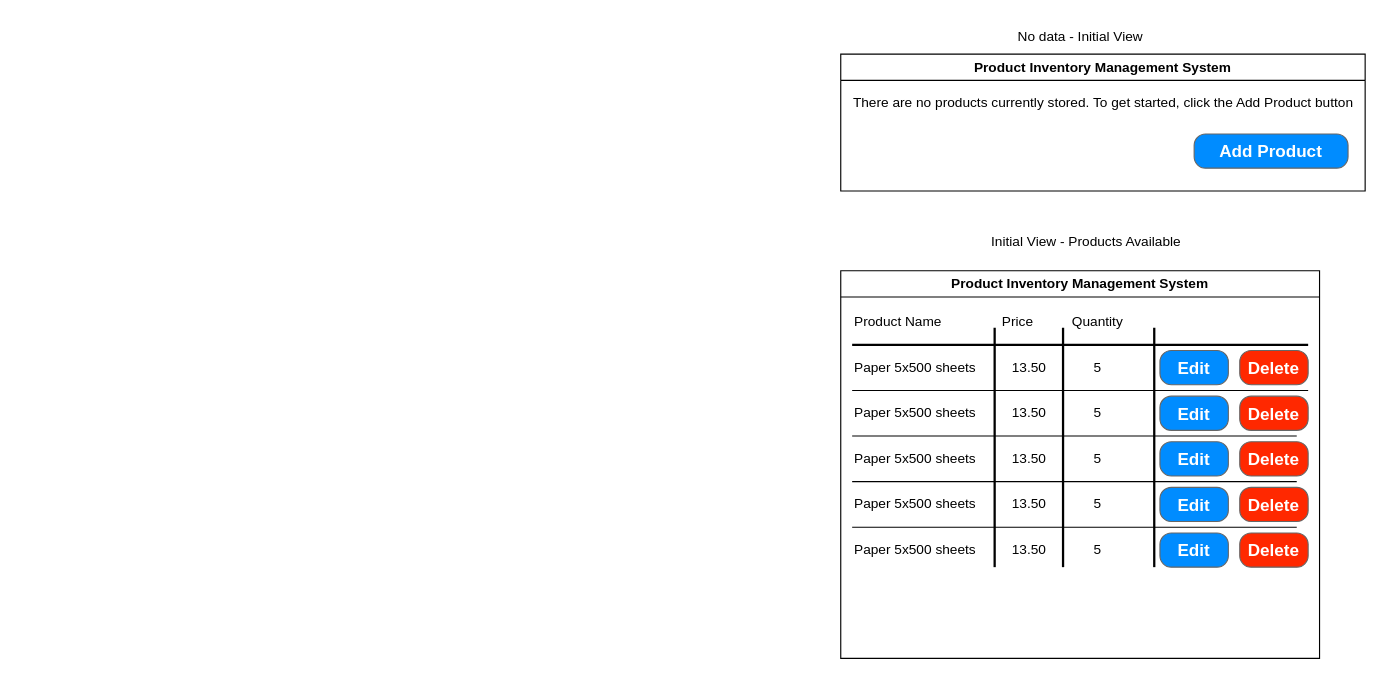
Before: Harris-PIMS.drawio in kevinjporter/Harris, a draw.io diagram. Source tidied: cells renumbered, new cells numbered last; positions are measured from the earlier drawing's top-left corner, leaving out a move shared by most shapes. Both pictures are drawn from the tidied source at 114%, with x=0, y=0 at pixel (840, 19).
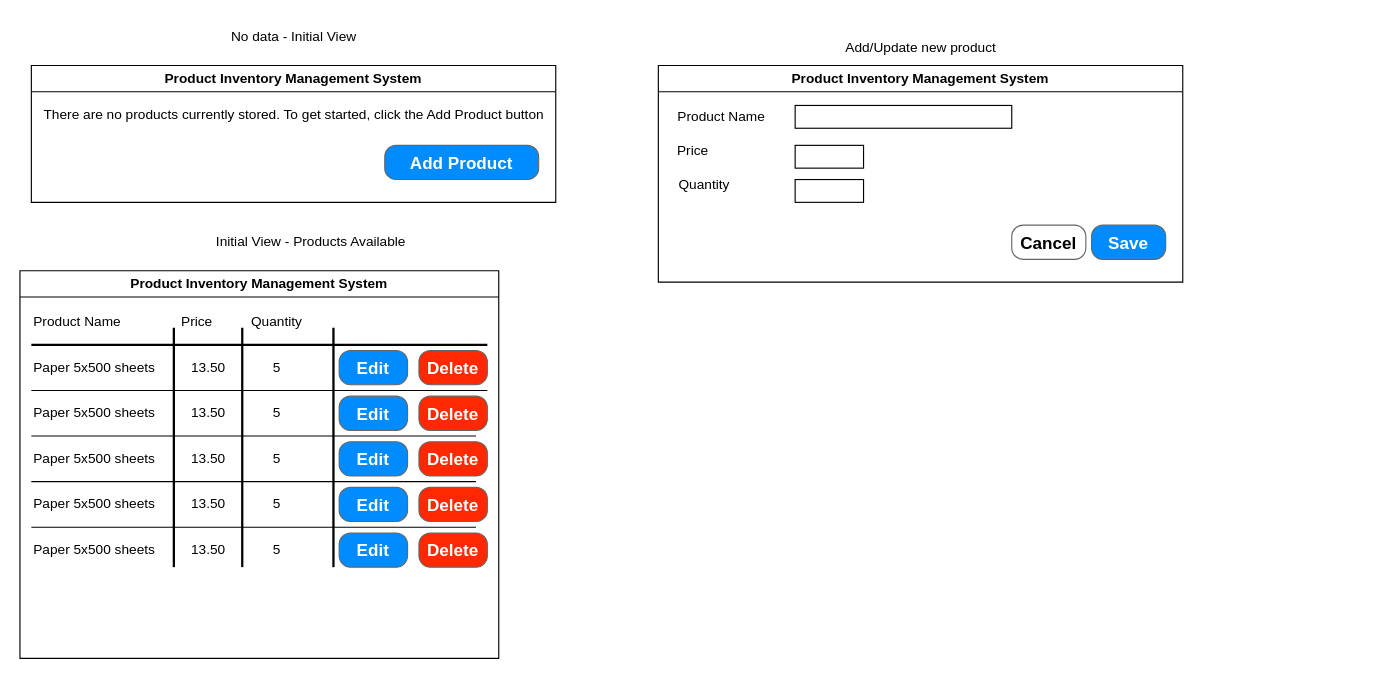
Above is the later version.

Commit message:
Update Harris-PIMS.drawio with add new product form

Diff of the diagram source:
```diff
@@
     <mxCell id="2" value="Product Inventory Management System" style="swimlane;whiteSpace=wrap;html=1;" parent="1" vertex="1">
-      <mxGeometry y="30" width="460" height="120" as="geometry" />
+      <mxGeometry x="-710" y="40" width="460" height="120" as="geometry" />
     </mxCell>
@@
     <mxCell id="5" value="No data - Initial View" style="text;html=1;align=center;verticalAlign=middle;strokeColor=none;fillColor=none;" parent="1" vertex="1">
-      <mxGeometry x="145" width="130" height="30" as="geometry" />
+      <mxGeometry x="-545" width="130" height="30" as="geometry" />
     </mxCell>
     <mxCell id="6" value="Product Inventory Management System" style="swimlane;whiteSpace=wrap;html=1;" parent="1" vertex="1">
-      <mxGeometry y="220" width="420" height="340" as="geometry" />
+      <mxGeometry x="-720" y="220" width="420" height="340" as="geometry" />
     </mxCell>
@@
     <mxCell id="43" value="Initial View - Products Available" style="text;html=1;align=center;verticalAlign=middle;strokeColor=none;fillColor=none;" parent="1" vertex="1">
-      <mxGeometry x="120" y="180" width="190" height="30" as="geometry" />
+      <mxGeometry x="-560" y="180" width="190" height="30" as="geometry" />
     </mxCell>
+    <mxCell id="44" value="Product Inventory Management System" style="swimlane;whiteSpace=wrap;html=1;" parent="1" vertex="1">
+      <mxGeometry x="-160" y="40" width="460" height="190" as="geometry" />
+    </mxCell>
+    <mxCell id="45" value="Product Name" style="text;html=1;align=center;verticalAlign=middle;strokeColor=none;fillColor=none;" parent="44" vertex="1">
+      <mxGeometry x="5" y="30" width="100" height="30" as="geometry" />
+    </mxCell>
+    <mxCell id="46" value="Price" style="text;html=1;align=center;verticalAlign=middle;strokeColor=none;fillColor=none;" parent="44" vertex="1">
+      <mxGeometry x="5" y="60" width="50" height="30" as="geometry" />
+    </mxCell>
+    <mxCell id="47" value="Quantity" style="text;html=1;align=center;verticalAlign=middle;strokeColor=none;fillColor=none;" parent="44" vertex="1">
+      <mxGeometry x="5" y="90" width="70" height="30" as="geometry" />
+    </mxCell>
+    <mxCell id="48" style="rounded=0;whiteSpace=wrap;html=1;" parent="44" vertex="1">
+      <mxGeometry x="120" y="35" width="190" height="20" as="geometry" />
+    </mxCell>
+    <mxCell id="49" style="rounded=0;whiteSpace=wrap;html=1;" parent="44" vertex="1">
+      <mxGeometry x="120" y="70" width="60" height="20" as="geometry" />
+    </mxCell>
+    <mxCell id="50" style="rounded=0;whiteSpace=wrap;html=1;" parent="44" vertex="1">
+      <mxGeometry x="120" y="100" width="60" height="20" as="geometry" />
+    </mxCell>
+    <mxCell id="51" value="Save" style="strokeWidth=1;shadow=0;dashed=0;align=center;html=1;shape=mxgraph.mockup.buttons.button;strokeColor=#666666;fontColor=#ffffff;mainText=;buttonStyle=round;fontSize=15;fontStyle=1;fillColor=#008cff;whiteSpace=wrap;" parent="44" vertex="1">
+      <mxGeometry x="380" y="140" width="65" height="30" as="geometry" />
+    </mxCell>
+    <mxCell id="52" value="Cancel" style="strokeWidth=1;shadow=0;dashed=0;align=center;html=1;shape=mxgraph.mockup.buttons.button;strokeColor=#666666;fontColor=#000000;mainText=;buttonStyle=round;fontSize=15;fontStyle=1;fillColor=#ffffff;whiteSpace=wrap;" parent="44" vertex="1">
+      <mxGeometry x="310" y="140" width="65" height="30" as="geometry" />
+    </mxCell>
+    <mxCell id="53" value="Add/Update new product" style="text;html=1;align=center;verticalAlign=middle;strokeColor=none;fillColor=none;" parent="1" vertex="1">
+      <mxGeometry x="-10" y="10" width="160" height="30" as="geometry" />
+    </mxCell>
```
